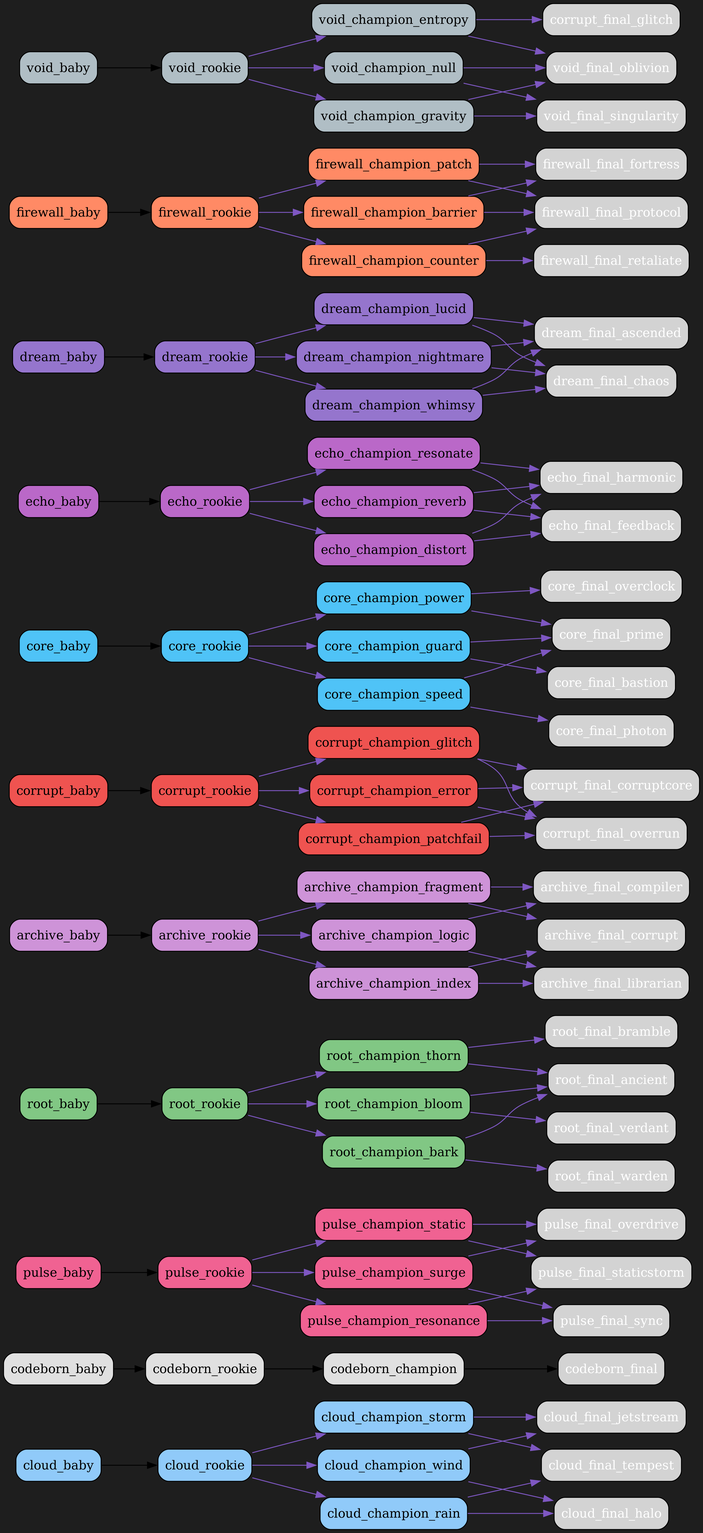
Before: src/netgrid/systems/evolution/graphs/dark/evolution_graph_dark.png, a diagram exported from Graphviz (bwlight/NetGrid). Its source is kept beside it as src/netgrid/systems/evolution/graphs/dark/evolution_graph_dark.dot.
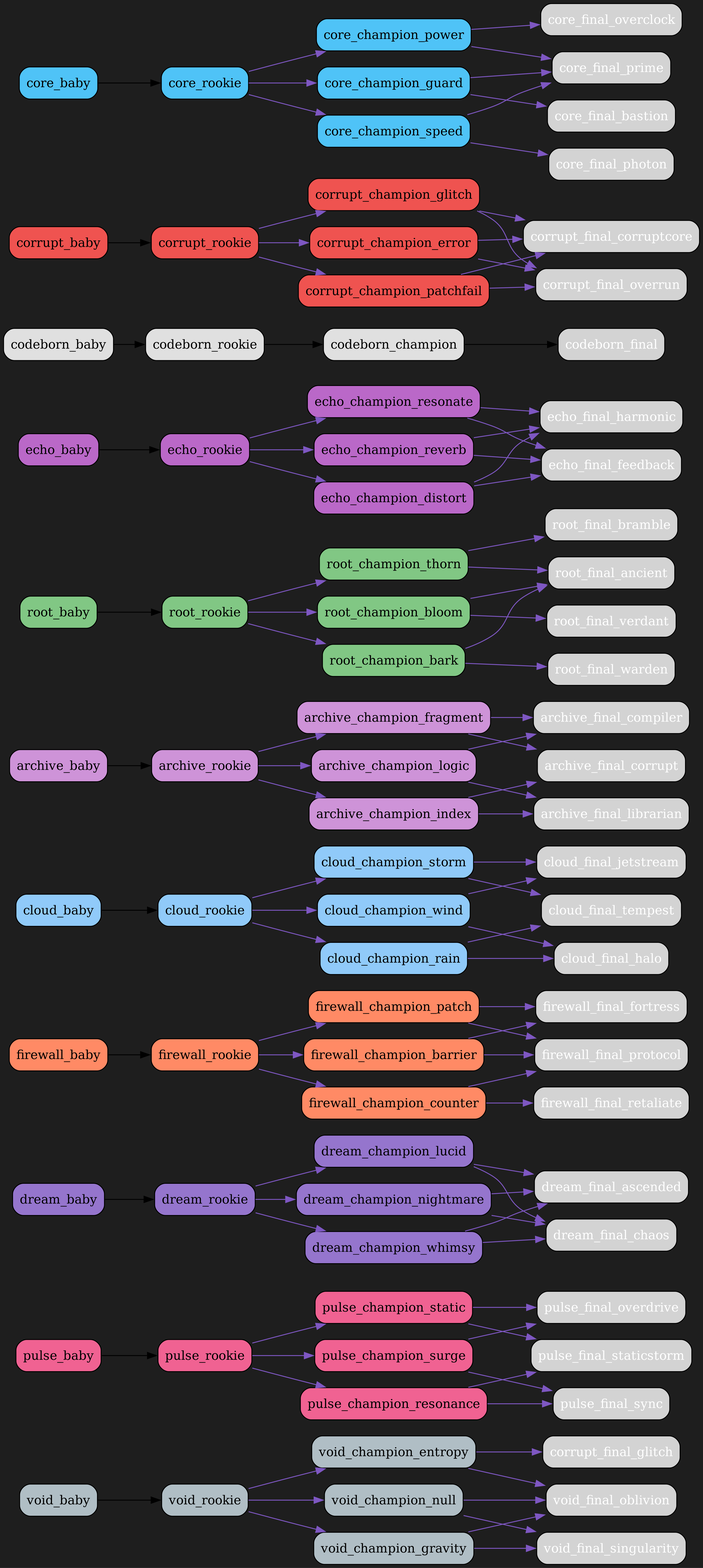
Later version of the same file.

Commit message:
Auto-update evolution graphs

What changed in the source:
```diff
@@ -2,6 +2,66 @@
   rankdir=LR;
   bgcolor="#1e1e1e";
   node [shape=box, style="rounded,filled", fontcolor="white"];
+  "void_baby" [fillcolor="#b0bec5", fontcolor="black"];
+  "void_baby" -> "void_rookie";
+  "void_rookie" [fillcolor="#b0bec5", fontcolor="black"];
+  "void_rookie" -> "void_champion_entropy" [color="#7e57c2"];
+  "void_rookie" -> "void_champion_gravity" [color="#7e57c2"];
+  "void_rookie" -> "void_champion_null" [color="#7e57c2"];
+  "void_champion_entropy" [fillcolor="#b0bec5", fontcolor="black"];
+  "void_champion_entropy" -> "corrupt_final_glitch" [color="#7e57c2"];
+  "void_champion_entropy" -> "void_final_oblivion" [color="#7e57c2"];
+  "void_champion_gravity" [fillcolor="#b0bec5", fontcolor="black"];
+  "void_champion_gravity" -> "void_final_singularity" [color="#7e57c2"];
+  "void_champion_gravity" -> "void_final_oblivion" [color="#7e57c2"];
+  "void_champion_null" [fillcolor="#b0bec5", fontcolor="black"];
+  "void_champion_null" -> "void_final_oblivion" [color="#7e57c2"];
+  "void_champion_null" -> "void_final_singularity" [color="#7e57c2"];
+  "pulse_baby" [fillcolor="#f06292", fontcolor="black"];
+  "pulse_baby" -> "pulse_rookie";
+  "pulse_rookie" [fillcolor="#f06292", fontcolor="black"];
+  "pulse_rookie" -> "pulse_champion_surge" [color="#7e57c2"];
+  "pulse_rookie" -> "pulse_champion_resonance" [color="#7e57c2"];
+  "pulse_rookie" -> "pulse_champion_static" [color="#7e57c2"];
+  "pulse_champion_surge" [fillcolor="#f06292", fontcolor="black"];
+  "pulse_champion_surge" -> "pulse_final_overdrive" [color="#7e57c2"];
+  "pulse_champion_surge" -> "pulse_final_sync" [color="#7e57c2"];
+  "pulse_champion_resonance" [fillcolor="#f06292", fontcolor="black"];
+  "pulse_champion_resonance" -> "pulse_final_sync" [color="#7e57c2"];
+  "pulse_champion_resonance" -> "pulse_final_staticstorm" [color="#7e57c2"];
+  "pulse_champion_static" [fillcolor="#f06292", fontcolor="black"];
+  "pulse_champion_static" -> "pulse_final_staticstorm" [color="#7e57c2"];
+  "pulse_champion_static" -> "pulse_final_overdrive" [color="#7e57c2"];
+  "dream_baby" [fillcolor="#9575cd", fontcolor="black"];
+  "dream_baby" -> "dream_rookie";
+  "dream_rookie" [fillcolor="#9575cd", fontcolor="black"];
+  "dream_rookie" -> "dream_champion_lucid" [color="#7e57c2"];
+  "dream_rookie" -> "dream_champion_nightmare" [color="#7e57c2"];
+  "dream_rookie" -> "dream_champion_whimsy" [color="#7e57c2"];
+  "dream_champion_lucid" [fillcolor="#9575cd", fontcolor="black"];
+  "dream_champion_lucid" -> "dream_final_ascended" [color="#7e57c2"];
+  "dream_champion_lucid" -> "dream_final_chaos" [color="#7e57c2"];
+  "dream_champion_nightmare" [fillcolor="#9575cd", fontcolor="black"];
+  "dream_champion_nightmare" -> "dream_final_chaos" [color="#7e57c2"];
+  "dream_champion_nightmare" -> "dream_final_ascended" [color="#7e57c2"];
+  "dream_champion_whimsy" [fillcolor="#9575cd", fontcolor="black"];
+  "dream_champion_whimsy" -> "dream_final_ascended" [color="#7e57c2"];
+  "dream_champion_whimsy" -> "dream_final_chaos" [color="#7e57c2"];
+  "firewall_baby" [fillcolor="#ff8a65", fontcolor="black"];
+  "firewall_baby" -> "firewall_rookie";
+  "firewall_rookie" [fillcolor="#ff8a65", fontcolor="black"];
+  "firewall_rookie" -> "firewall_champion_barrier" [color="#7e57c2"];
+  "firewall_rookie" -> "firewall_champion_counter" [color="#7e57c2"];
+  "firewall_rookie" -> "firewall_champion_patch" [color="#7e57c2"];
+  "firewall_champion_barrier" [fillcolor="#ff8a65", fontcolor="black"];
+  "firewall_champion_barrier" -> "firewall_final_fortress" [color="#7e57c2"];
+  "firewall_champion_barrier" -> "firewall_final_protocol" [color="#7e57c2"];
+  "firewall_champion_counter" [fillcolor="#ff8a65", fontcolor="black"];
+  "firewall_champion_counter" -> "firewall_final_retaliate" [color="#7e57c2"];
+  "firewall_champion_counter" -> "firewall_final_protocol" [color="#7e57c2"];
+  "firewall_champion_patch" [fillcolor="#ff8a65", fontcolor="black"];
+  "firewall_champion_patch" -> "firewall_final_protocol" [color="#7e57c2"];
+  "firewall_champion_patch" -> "firewall_final_fortress" [color="#7e57c2"];
   "cloud_baby" [fillcolor="#90caf9", fontcolor="black"];
   "cloud_baby" -> "cloud_rookie";
   "cloud_rookie" [fillcolor="#90caf9", fontcolor="black"];
@@ -17,27 +77,21 @@
   "cloud_champion_storm" [fillcolor="#90caf9", fontcolor="black"];
   "cloud_champion_storm" -> "cloud_final_tempest" [color="#7e57c2"];
   "cloud_champion_storm" -> "cloud_final_jetstream" [color="#7e57c2"];
-  "codeborn_baby" [fillcolor="#e0e0e0", fontcolor="black"];
-  "codeborn_baby" -> "codeborn_rookie";
-  "codeborn_rookie" [fillcolor="#e0e0e0", fontcolor="black"];
-  "codeborn_rookie" -> "codeborn_champion";
-  "codeborn_champion" [fillcolor="#e0e0e0", fontcolor="black"];
-  "codeborn_champion" -> "codeborn_final";
-  "pulse_baby" [fillcolor="#f06292", fontcolor="black"];
-  "pulse_baby" -> "pulse_rookie";
-  "pulse_rookie" [fillcolor="#f06292", fontcolor="black"];
-  "pulse_rookie" -> "pulse_champion_surge" [color="#7e57c2"];
-  "pulse_rookie" -> "pulse_champion_resonance" [color="#7e57c2"];
-  "pulse_rookie" -> "pulse_champion_static" [color="#7e57c2"];
-  "pulse_champion_surge" [fillcolor="#f06292", fontcolor="black"];
-  "pulse_champion_surge" -> "pulse_final_overdrive" [color="#7e57c2"];
-  "pulse_champion_surge" -> "pulse_final_sync" [color="#7e57c2"];
-  "pulse_champion_resonance" [fillcolor="#f06292", fontcolor="black"];
-  "pulse_champion_resonance" -> "pulse_final_sync" [color="#7e57c2"];
-  "pulse_champion_resonance" -> "pulse_final_staticstorm" [color="#7e57c2"];
-  "pulse_champion_static" [fillcolor="#f06292", fontcolor="black"];
-  "pulse_champion_static" -> "pulse_final_staticstorm" [color="#7e57c2"];
-  "pulse_champion_static" -> "pulse_final_overdrive" [color="#7e57c2"];
+  "archive_baby" [fillcolor="#ce93d8", fontcolor="black"];
+  "archive_baby" -> "archive_rookie";
+  "archive_rookie" [fillcolor="#ce93d8", fontcolor="black"];
+  "archive_rookie" -> "archive_champion_logic" [color="#7e57c2"];
+  "archive_rookie" -> "archive_champion_index" [color="#7e57c2"];
+  "archive_rookie" -> "archive_champion_fragment" [color="#7e57c2"];
+  "archive_champion_logic" [fillcolor="#ce93d8", fontcolor="black"];
+  "archive_champion_logic" -> "archive_final_compiler" [color="#7e57c2"];
+  "archive_champion_logic" -> "archive_final_librarian" [color="#7e57c2"];
+  "archive_champion_index" [fillcolor="#ce93d8", fontcolor="black"];
+  "archive_champion_index" -> "archive_final_librarian" [color="#7e57c2"];
+  "archive_champion_index" -> "archive_final_corrupt" [color="#7e57c2"];
+  "archive_champion_fragment" [fillcolor="#ce93d8", fontcolor="black"];
+  "archive_champion_fragment" -> "archive_final_corrupt" [color="#7e57c2"];
+  "archive_champion_fragment" -> "archive_final_compiler" [color="#7e57c2"];
   "root_baby" [fillcolor="#81c784", fontcolor="black"];
   "root_baby" -> "root_rookie";
   "root_rookie" [fillcolor="#81c784", fontcolor="black"];
@@ -53,21 +107,27 @@
   "root_champion_bark" [fillcolor="#81c784", fontcolor="black"];
   "root_champion_bark" -> "root_final_warden" [color="#7e57c2"];
   "root_champion_bark" -> "root_final_ancient" [color="#7e57c2"];
-  "archive_baby" [fillcolor="#ce93d8", fontcolor="black"];
-  "archive_baby" -> "archive_rookie";
-  "archive_rookie" [fillcolor="#ce93d8", fontcolor="black"];
-  "archive_rookie" -> "archive_champion_logic" [color="#7e57c2"];
-  "archive_rookie" -> "archive_champion_index" [color="#7e57c2"];
-  "archive_rookie" -> "archive_champion_fragment" [color="#7e57c2"];
-  "archive_champion_logic" [fillcolor="#ce93d8", fontcolor="black"];
-  "archive_champion_logic" -> "archive_final_compiler" [color="#7e57c2"];
-  "archive_champion_logic" -> "archive_final_librarian" [color="#7e57c2"];
-  "archive_champion_index" [fillcolor="#ce93d8", fontcolor="black"];
-  "archive_champion_index" -> "archive_final_librarian" [color="#7e57c2"];
-  "archive_champion_index" -> "archive_final_corrupt" [color="#7e57c2"];
-  "archive_champion_fragment" [fillcolor="#ce93d8", fontcolor="black"];
-  "archive_champion_fragment" -> "archive_final_corrupt" [color="#7e57c2"];
-  "archive_champion_fragment" -> "archive_final_compiler" [color="#7e57c2"];
+  "echo_baby" [fillcolor="#ba68c8", fontcolor="black"];
+  "echo_baby" -> "echo_rookie";
+  "echo_rookie" [fillcolor="#ba68c8", fontcolor="black"];
+  "echo_rookie" -> "echo_champion_resonate" [color="#7e57c2"];
+  "echo_rookie" -> "echo_champion_reverb" [color="#7e57c2"];
+  "echo_rookie" -> "echo_champion_distort" [color="#7e57c2"];
+  "echo_champion_resonate" [fillcolor="#ba68c8", fontcolor="black"];
+  "echo_champion_resonate" -> "echo_final_harmonic" [color="#7e57c2"];
+  "echo_champion_resonate" -> "echo_final_feedback" [color="#7e57c2"];
+  "echo_champion_reverb" [fillcolor="#ba68c8", fontcolor="black"];
+  "echo_champion_reverb" -> "echo_final_feedback" [color="#7e57c2"];
+  "echo_champion_reverb" -> "echo_final_harmonic" [color="#7e57c2"];
+  "echo_champion_distort" [fillcolor="#ba68c8", fontcolor="black"];
+  "echo_champion_distort" -> "echo_final_feedback" [color="#7e57c2"];
+  "echo_champion_distort" -> "echo_final_harmonic" [color="#7e57c2"];
+  "codeborn_baby" [fillcolor="#e0e0e0", fontcolor="black"];
+  "codeborn_baby" -> "codeborn_rookie";
+  "codeborn_rookie" [fillcolor="#e0e0e0", fontcolor="black"];
+  "codeborn_rookie" -> "codeborn_champion";
+  "codeborn_champion" [fillcolor="#e0e0e0", fontcolor="black"];
+  "codeborn_champion" -> "codeborn_final";
   "corrupt_baby" [fillcolor="#ef5350", fontcolor="black"];
   "corrupt_baby" -> "corrupt_rookie";
   "corrupt_rookie" [fillcolor="#ef5350", fontcolor="black"];
@@ -98,64 +158,4 @@
   "core_champion_speed" [fillcolor="#4fc3f7", fontcolor="black"];
   "core_champion_speed" -> "core_final_photon" [color="#7e57c2"];
   "core_champion_speed" -> "core_final_prime" [color="#7e57c2"];
-  "echo_baby" [fillcolor="#ba68c8", fontcolor="black"];
-  "echo_baby" -> "echo_rookie";
-  "echo_rookie" [fillcolor="#ba68c8", fontcolor="black"];
-  "echo_rookie" -> "echo_champion_resonate" [color="#7e57c2"];
-  "echo_rookie" -> "echo_champion_reverb" [color="#7e57c2"];
-  "echo_rookie" -> "echo_champion_distort" [color="#7e57c2"];
-  "echo_champion_resonate" [fillcolor="#ba68c8", fontcolor="black"];
-  "echo_champion_resonate" -> "echo_final_harmonic" [color="#7e57c2"];
-  "echo_champion_resonate" -> "echo_final_feedback" [color="#7e57c2"];
-  "echo_champion_reverb" [fillcolor="#ba68c8", fontcolor="black"];
-  "echo_champion_reverb" -> "echo_final_feedback" [color="#7e57c2"];
-  "echo_champion_reverb" -> "echo_final_harmonic" [color="#7e57c2"];
-  "echo_champion_distort" [fillcolor="#ba68c8", fontcolor="black"];
-  "echo_champion_distort" -> "echo_final_feedback" [color="#7e57c2"];
-  "echo_champion_distort" -> "echo_final_harmonic" [color="#7e57c2"];
-  "dream_baby" [fillcolor="#9575cd", fontcolor="black"];
-  "dream_baby" -> "dream_rookie";
-  "dream_rookie" [fillcolor="#9575cd", fontcolor="black"];
-  "dream_rookie" -> "dream_champion_lucid" [color="#7e57c2"];
-  "dream_rookie" -> "dream_champion_nightmare" [color="#7e57c2"];
-  "dream_rookie" -> "dream_champion_whimsy" [color="#7e57c2"];
-  "dream_champion_lucid" [fillcolor="#9575cd", fontcolor="black"];
-  "dream_champion_lucid" -> "dream_final_ascended" [color="#7e57c2"];
-  "dream_champion_lucid" -> "dream_final_chaos" [color="#7e57c2"];
-  "dream_champion_nightmare" [fillcolor="#9575cd", fontcolor="black"];
-  "dream_champion_nightmare" -> "dream_final_chaos" [color="#7e57c2"];
-  "dream_champion_nightmare" -> "dream_final_ascended" [color="#7e57c2"];
-  "dream_champion_whimsy" [fillcolor="#9575cd", fontcolor="black"];
-  "dream_champion_whimsy" -> "dream_final_ascended" [color="#7e57c2"];
-  "dream_champion_whimsy" -> "dream_final_chaos" [color="#7e57c2"];
-  "firewall_baby" [fillcolor="#ff8a65", fontcolor="black"];
-  "firewall_baby" -> "firewall_rookie";
-  "firewall_rookie" [fillcolor="#ff8a65", fontcolor="black"];
-  "firewall_rookie" -> "firewall_champion_barrier" [color="#7e57c2"];
-  "firewall_rookie" -> "firewall_champion_counter" [color="#7e57c2"];
-  "firewall_rookie" -> "firewall_champion_patch" [color="#7e57c2"];
-  "firewall_champion_barrier" [fillcolor="#ff8a65", fontcolor="black"];
-  "firewall_champion_barrier" -> "firewall_final_fortress" [color="#7e57c2"];
-  "firewall_champion_barrier" -> "firewall_final_protocol" [color="#7e57c2"];
-  "firewall_champion_counter" [fillcolor="#ff8a65", fontcolor="black"];
-  "firewall_champion_counter" -> "firewall_final_retaliate" [color="#7e57c2"];
-  "firewall_champion_counter" -> "firewall_final_protocol" [color="#7e57c2"];
-  "firewall_champion_patch" [fillcolor="#ff8a65", fontcolor="black"];
-  "firewall_champion_patch" -> "firewall_final_protocol" [color="#7e57c2"];
-  "firewall_champion_patch" -> "firewall_final_fortress" [color="#7e57c2"];
-  "void_baby" [fillcolor="#b0bec5", fontcolor="black"];
-  "void_baby" -> "void_rookie";
-  "void_rookie" [fillcolor="#b0bec5", fontcolor="black"];
-  "void_rookie" -> "void_champion_entropy" [color="#7e57c2"];
-  "void_rookie" -> "void_champion_gravity" [color="#7e57c2"];
-  "void_rookie" -> "void_champion_null" [color="#7e57c2"];
-  "void_champion_entropy" [fillcolor="#b0bec5", fontcolor="black"];
-  "void_champion_entropy" -> "corrupt_final_glitch" [color="#7e57c2"];
-  "void_champion_entropy" -> "void_final_oblivion" [color="#7e57c2"];
-  "void_champion_gravity" [fillcolor="#b0bec5", fontcolor="black"];
-  "void_champion_gravity" -> "void_final_singularity" [color="#7e57c2"];
-  "void_champion_gravity" -> "void_final_oblivion" [color="#7e57c2"];
-  "void_champion_null" [fillcolor="#b0bec5", fontcolor="black"];
-  "void_champion_null" -> "void_final_oblivion" [color="#7e57c2"];
-  "void_champion_null" -> "void_final_singularity" [color="#7e57c2"];
 }
```
